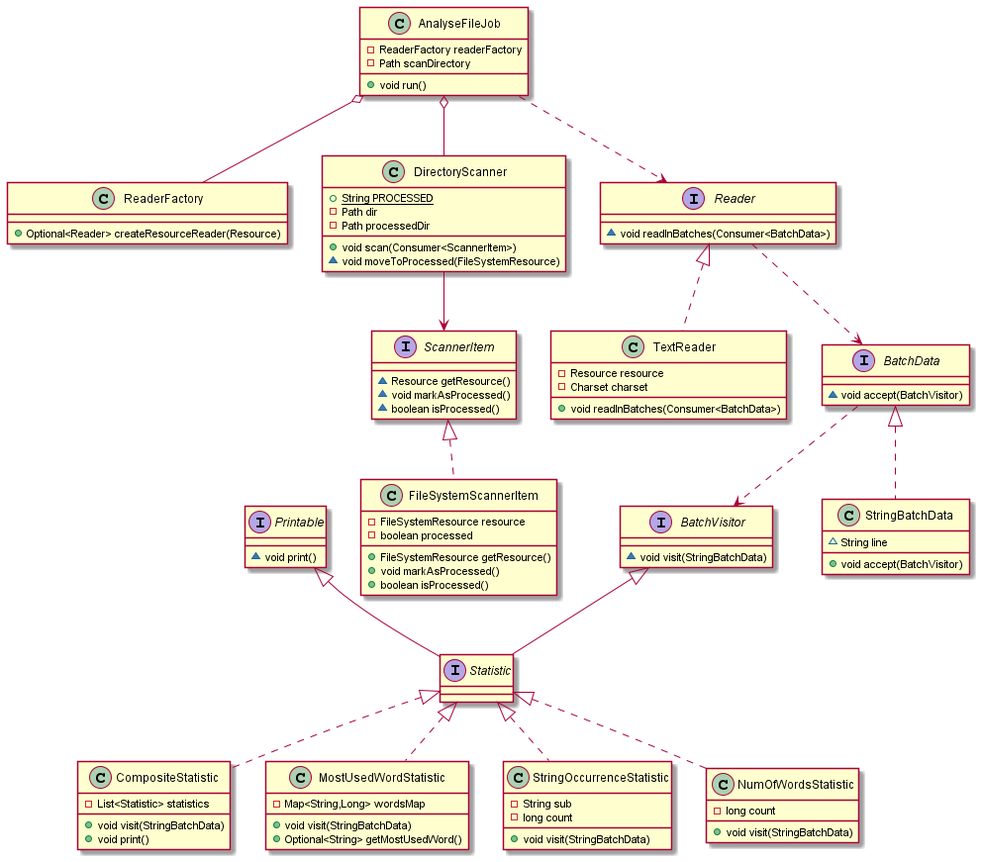
Before: diagrams/class.png, a diagram exported from PlantUML (lookassh/hicx).
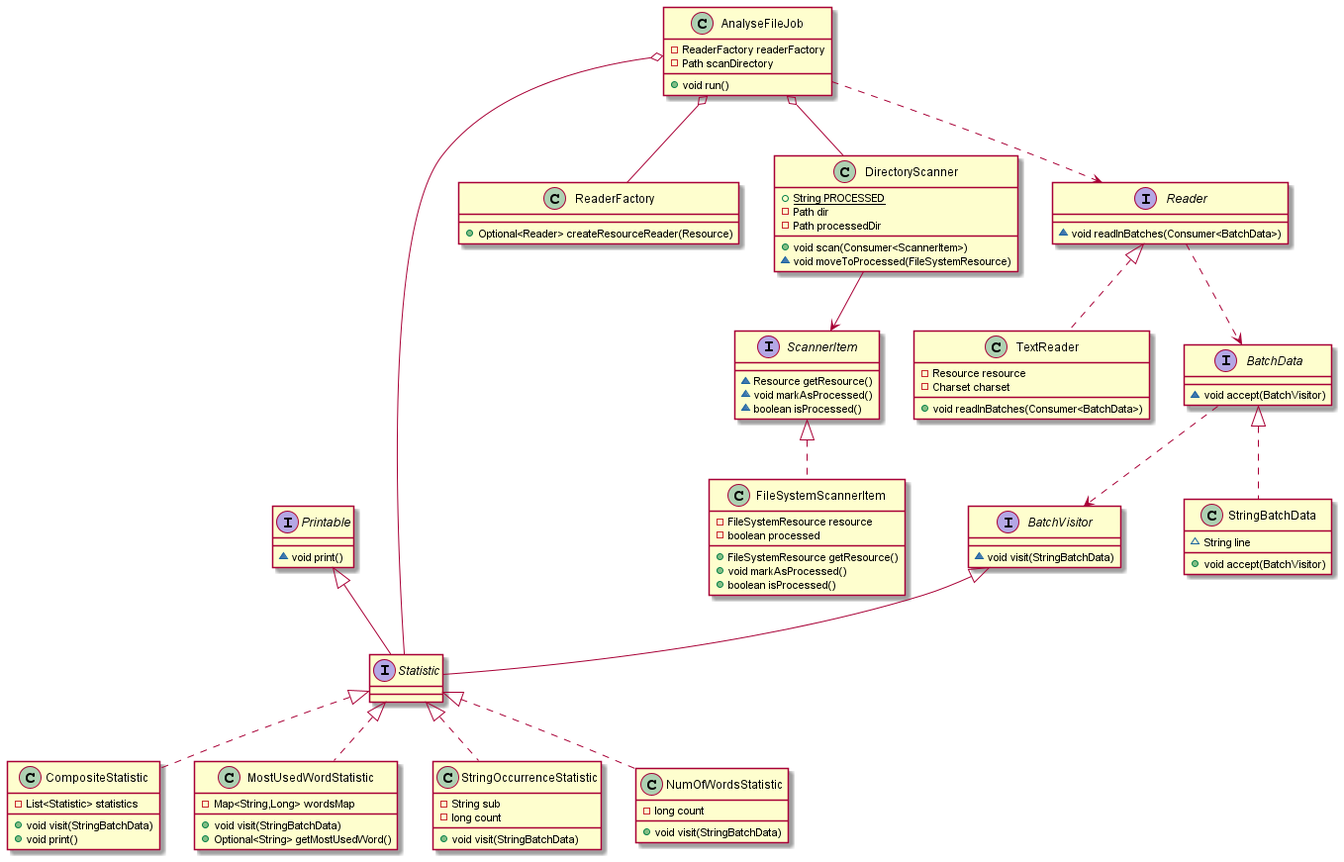
Later version of the same file.

Commit message:
class diagran update

The edit, as a diff of the source:
```diff
@@ -82,6 +82,7 @@
 
 AnalyseFileJob o-- ReaderFactory
 AnalyseFileJob o-- DirectoryScanner
+AnalyseFileJob o-- Statistic
 
 Reader ..> BatchData
 
```
